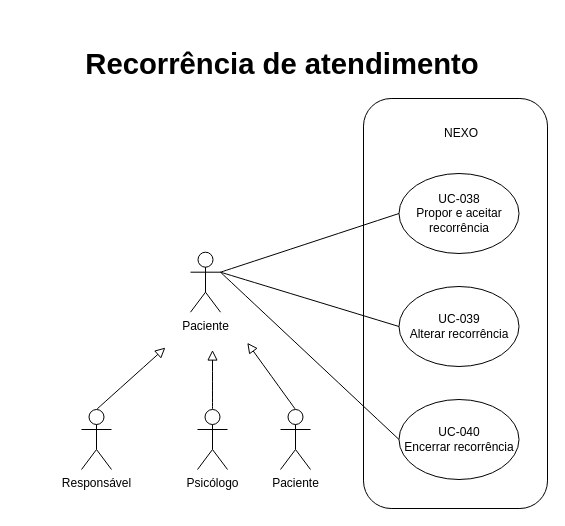
The draw.io diagram page "Página-7" (7 of 10) of diagramas/casos-de-uso/diagramas-casos-de-uso.drawio in devcaline/nexo-modelagem, before the edit. Source tidied: cells renumbered, new cells numbered last; positions are measured from the earlier drawing's top-left corner, leaving out a move shared by most shapes. Both pictures are drawn from the tidied source at 100%, with x=0, y=0 at pixel (17, 68).
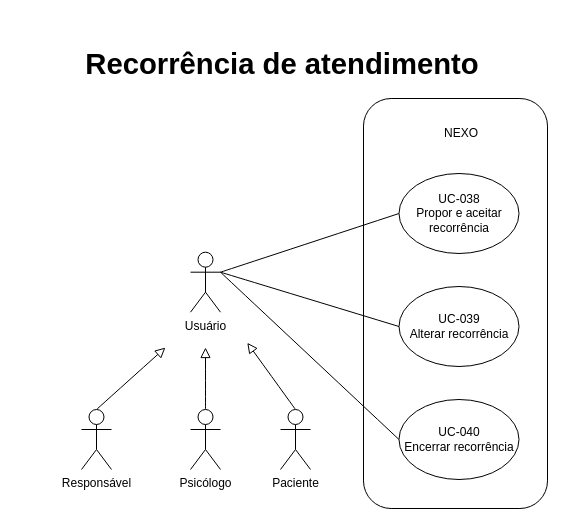
Above is the later version.

Change to the diagram source:
```diff
@@
 <mxGraphModel>
   <root>
     <mxCell id="0" />
     <mxCell id="1" parent="0" />
     <mxCell id="2" value="&amp;nbsp;&amp;nbsp; " style="rounded=1;whiteSpace=wrap;html=1;roundedPerimeter=1;" parent="1" vertex="1">
       <mxGeometry x="346" y="30" width="184" height="410" as="geometry" />
     </mxCell>
     <mxCell id="3" value="UC-040&lt;br&gt;Encerrar recorrência" style="ellipse;whiteSpace=wrap;html=1;shapeInside=1;" parent="1" vertex="1">
       <mxGeometry x="381.5" y="331" width="120" height="80" as="geometry" />
     </mxCell>
     <mxCell id="4" value="UC-038&lt;br&gt;Propor e aceitar recorrência" style="ellipse;whiteSpace=wrap;html=1;shapeInside=1;" parent="1" vertex="1">
       <mxGeometry x="381.5" y="105" width="120" height="80" as="geometry" />
     </mxCell>
     <mxCell id="5" value="NEXO" style="text;html=1;whiteSpace=wrap;strokeColor=none;fillColor=none;align=center;verticalAlign=middle;rounded=0;" parent="1" vertex="1">
       <mxGeometry x="414" y="50" width="60" height="30" as="geometry" />
     </mxCell>
     <mxCell id="6" value="&lt;h3&gt;&lt;p&gt;&lt;strong&gt;Recorrência de atendimento&lt;/strong&gt;&lt;/p&gt;&lt;div&gt;&lt;span style=&quot;background-color: transparent; color: rgb(0, 0, 0); font-family: Arial, sans-serif; font-size: 11pt; white-space: pre-wrap;&quot;&gt;&lt;br&gt;&lt;/span&gt;&lt;/div&gt;&lt;/h3&gt;" style="text;html=1;whiteSpace=wrap;strokeColor=none;fillColor=none;align=center;verticalAlign=middle;rounded=0;fontSize=25;" parent="1" vertex="1">
       <mxGeometry width="530" height="55" as="geometry" />
     </mxCell>
     <mxCell id="7" value="UC-039&lt;br&gt;Alterar recorrência" style="ellipse;whiteSpace=wrap;html=1;shapeInside=1;" parent="1" vertex="1">
       <mxGeometry x="381.5" y="218" width="120" height="80" as="geometry" />
     </mxCell>
     <mxCell id="8" style="edgeStyle=none;curved=1;rounded=0;curveGeometry=1;jettySize=auto;html=1;exitX=1;exitY=0.3333333333333333;exitDx=0;exitDy=0;exitPerimeter=0;entryX=0;entryY=0.5;entryDx=0;entryDy=0;fontSize=12;startSize=8;endSize=8;endArrow=none;endFill=0;" parent="1" edge="1" source="11" target="4">
       <mxGeometry relative="1" as="geometry" />
     </mxCell>
     <mxCell id="9" style="edgeStyle=none;curved=1;rounded=0;curveGeometry=1;jettySize=auto;html=1;exitX=1;exitY=0.3333333333333333;exitDx=0;exitDy=0;exitPerimeter=0;entryX=0;entryY=0.5;entryDx=0;entryDy=0;fontSize=12;startSize=8;endSize=8;endArrow=none;endFill=0;" parent="1" edge="1" source="11" target="7">
       <mxGeometry relative="1" as="geometry" />
     </mxCell>
     <mxCell id="10" style="edgeStyle=none;curved=1;rounded=0;curveGeometry=1;jettySize=auto;html=1;exitX=1;exitY=0.3333333333333333;exitDx=0;exitDy=0;exitPerimeter=0;entryX=0;entryY=0.5;entryDx=0;entryDy=0;fontSize=12;startSize=8;endSize=8;endArrow=none;endFill=0;" parent="1" edge="1" source="11" target="3">
       <mxGeometry relative="1" as="geometry" />
     </mxCell>
-    <mxCell id="11" value="&lt;div&gt;Paciente&lt;/div&gt;&lt;div&gt;&lt;br&gt;&lt;/div&gt;" style="shape=umlActor;verticalLabelPosition=bottom;verticalAlign=top;html=1;outlineConnect=0;" parent="1" vertex="1">
+    <mxCell id="11" value="&lt;div&gt;Usuário&lt;/div&gt;" style="shape=umlActor;verticalLabelPosition=bottom;verticalAlign=top;html=1;outlineConnect=0;" parent="1" vertex="1">
       <mxGeometry x="173" y="183.7" width="30" height="60" as="geometry" />
     </mxCell>
     <mxCell id="12" style="edgeStyle=none;curved=1;rounded=0;curveGeometry=1;jettySize=auto;html=1;exitX=0.5;exitY=0;exitDx=0;exitDy=0;exitPerimeter=0;fontSize=12;startSize=8;endSize=8;endArrow=block;endFill=0;" parent="1" edge="1" source="13">
       <mxGeometry relative="1" as="geometry">
-        <mxPoint x="195" y="281.5" as="targetPoint" />
+        <mxPoint x="188" y="279" as="targetPoint" />
       </mxGeometry>
     </mxCell>
     <mxCell id="13" value="&lt;div&gt;Psicólogo&lt;/div&gt;" style="shape=umlActor;verticalLabelPosition=bottom;verticalAlign=top;html=1;outlineConnect=0;" parent="1" vertex="1">
-      <mxGeometry x="180" y="341" width="30" height="60" as="geometry" />
+      <mxGeometry x="173" y="341" width="30" height="60" as="geometry" />
     </mxCell>
     <mxCell id="14" style="edgeStyle=none;curved=1;rounded=0;curveGeometry=1;jettySize=auto;html=1;exitX=0.5;exitY=0;exitDx=0;exitDy=0;exitPerimeter=0;fontSize=12;startSize=8;endSize=8;endArrow=block;endFill=0;" parent="1" edge="1" source="15">
       <mxGeometry relative="1" as="geometry">
         <mxPoint x="147.9" y="279.1" as="targetPoint" />
       </mxGeometry>
     </mxCell>
     <mxCell id="15" value="Responsável" style="shape=umlActor;verticalLabelPosition=bottom;verticalAlign=top;html=1;outlineConnect=0;" parent="1" vertex="1">
       <mxGeometry x="64" y="341" width="30" height="60" as="geometry" />
     </mxCell>
     <mxCell id="16" style="edgeStyle=none;curved=1;rounded=0;curveGeometry=1;jettySize=auto;html=1;exitX=0.5;exitY=0;exitDx=0;exitDy=0;exitPerimeter=0;fontSize=12;startSize=8;endSize=8;endArrow=block;endFill=0;" parent="1" edge="1" source="17">
       <mxGeometry relative="1" as="geometry">
         <mxPoint x="229.8" y="274.3" as="targetPoint" />
       </mxGeometry>
     </mxCell>
     <mxCell id="17" value="Paciente" style="shape=umlActor;verticalLabelPosition=bottom;verticalAlign=top;html=1;outlineConnect=0;" parent="1" vertex="1">
       <mxGeometry x="263" y="341" width="30" height="60" as="geometry" />
     </mxCell>
   </root>
 </mxGraphModel>
```
